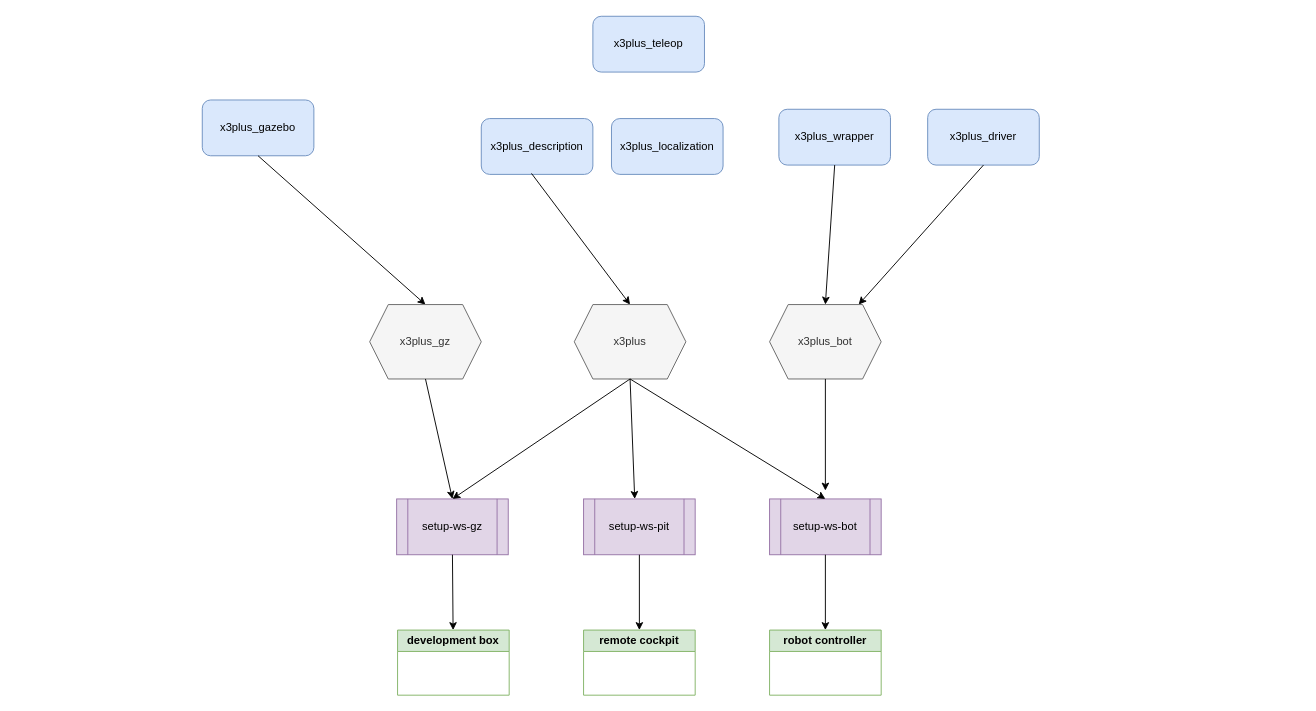
The draw.io diagram docu/overview.drawio in cord-burmeister/x3plus_setup, before the edit. Source tidied: cells renumbered, new cells numbered last; positions are measured from the earlier drawing's top-left corner, leaving out a move shared by most shapes. Both pictures are drawn from the tidied source at 93%, with x=0, y=0 at pixel (202, 16).
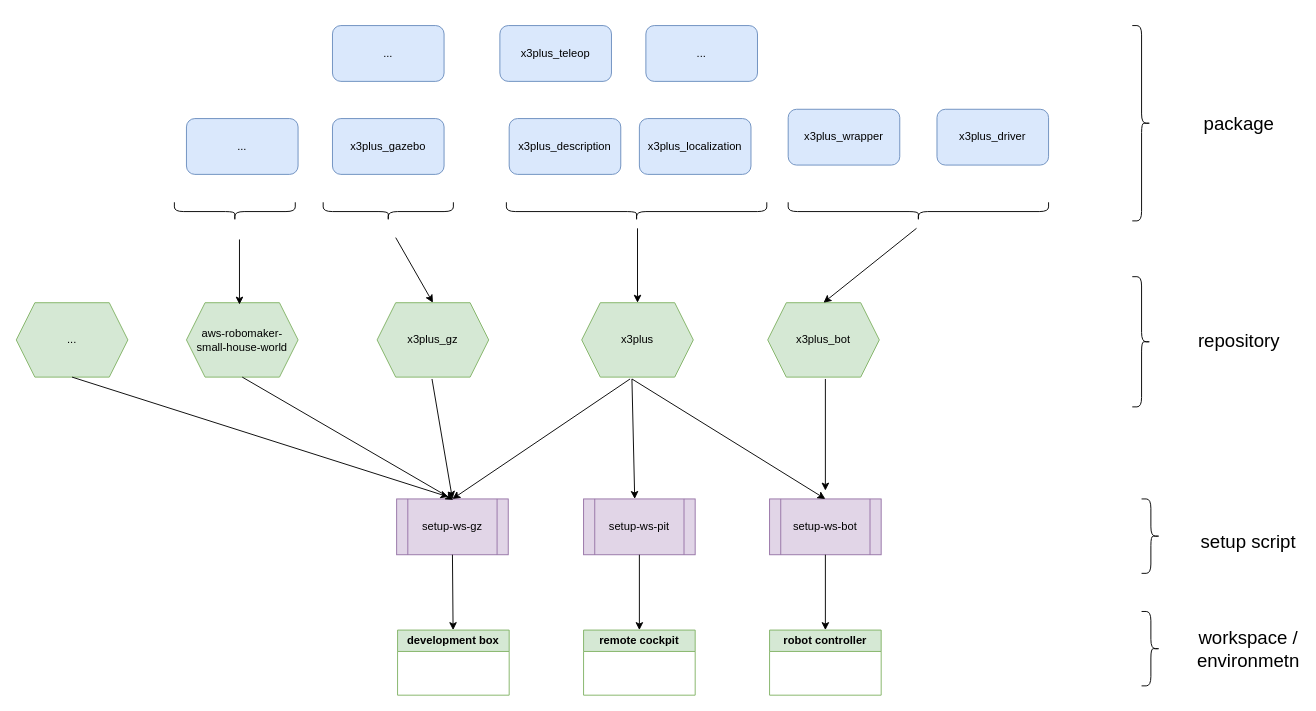
The same diagram, later.

Unchanged cells that the change refers to:
```xml
<mxCell id="4" value="setup-ws-bot" style="shape=process;whiteSpace=wrap;html=1;backgroundOutline=1;fillColor=#e1d5e7;strokeColor=#9673a6;" parent="1" vertex="1">
  <mxGeometry x="610" y="519" width="120" height="60" as="geometry" />
</mxCell>
<mxCell id="5" value="setup-ws-gz" style="shape=process;whiteSpace=wrap;html=1;backgroundOutline=1;fillColor=#e1d5e7;strokeColor=#9673a6;" parent="1" vertex="1">
  <mxGeometry x="209" y="519" width="120" height="60" as="geometry" />
</mxCell>
```

What changed in the source:
```diff
@@
     <mxCell id="2" value="x3plus_driver" style="rounded=1;whiteSpace=wrap;html=1;fillColor=#dae8fc;strokeColor=#6c8ebf;" parent="1" vertex="1">
-      <mxGeometry x="780" y="100" width="120" height="60" as="geometry" />
+      <mxGeometry x="790" y="100" width="120" height="60" as="geometry" />
     </mxCell>
     <mxCell id="3" value="x3plus_description" style="rounded=1;whiteSpace=wrap;html=1;fillColor=#dae8fc;strokeColor=#6c8ebf;" parent="1" vertex="1">
-      <mxGeometry x="300" y="110" width="120" height="60" as="geometry" />
+      <mxGeometry x="330" y="110" width="120" height="60" as="geometry" />
     </mxCell>
@@
-    <mxCell id="13" style="endArrow=classic;html=1;exitX=0.5;exitY=1;exitDx=0;exitDy=0;" parent="1" edge="1" source="2" target="19">
-      <mxGeometry relative="1" as="geometry" />
-    </mxCell>
-    <mxCell id="14" style="endArrow=classic;html=1;exitX=0.45;exitY=0.983;exitDx=0;exitDy=0;entryX=0.5;entryY=0;entryDx=0;entryDy=0;exitPerimeter=0;" parent="1" edge="1" source="3" target="21">
-      <mxGeometry relative="1" as="geometry" />
-    </mxCell>
     <mxCell id="15" value="x3plus_wrapper" style="rounded=1;whiteSpace=wrap;html=1;fillColor=#dae8fc;strokeColor=#6c8ebf;" parent="1" vertex="1">
-      <mxGeometry x="620" y="100" width="120" height="60" as="geometry" />
+      <mxGeometry x="630" y="100" width="120" height="60" as="geometry" />
     </mxCell>
     <mxCell id="16" value="x3plus_gazebo" style="rounded=1;whiteSpace=wrap;html=1;fillColor=#dae8fc;strokeColor=#6c8ebf;" parent="1" vertex="1">
-      <mxGeometry y="90" width="120" height="60" as="geometry" />
+      <mxGeometry x="140" y="110" width="120" height="60" as="geometry" />
     </mxCell>
-    <mxCell id="17" style="endArrow=classic;html=1;exitX=0.5;exitY=1;exitDx=0;exitDy=0;entryX=0.5;entryY=0;entryDx=0;entryDy=0;" parent="1" edge="1" source="15" target="19">
-      <mxGeometry relative="1" as="geometry" />
-    </mxCell>
-    <mxCell id="18" style="endArrow=classic;html=1;exitX=0.5;exitY=1;exitDx=0;exitDy=0;entryX=0.5;entryY=0;entryDx=0;entryDy=0;" parent="1" edge="1" source="16" target="20">
-      <mxGeometry relative="1" as="geometry" />
-    </mxCell>
-    <mxCell id="19" value="x3plus_bot" style="shape=hexagon;perimeter=hexagonPerimeter2;whiteSpace=wrap;html=1;fixedSize=1;fillColor=#f5f5f5;fontColor=#333333;strokeColor=#666666;" parent="1" vertex="1">
-      <mxGeometry x="610" y="310" width="120" height="80" as="geometry" />
-    </mxCell>
-    <mxCell id="20" value="x3plus_gz" style="shape=hexagon;perimeter=hexagonPerimeter2;whiteSpace=wrap;html=1;fixedSize=1;fillColor=#f5f5f5;fontColor=#333333;strokeColor=#666666;" parent="1" vertex="1">
-      <mxGeometry x="180" y="310" width="120" height="80" as="geometry" />
-    </mxCell>
-    <mxCell id="21" value="x3plus" style="shape=hexagon;perimeter=hexagonPerimeter2;whiteSpace=wrap;html=1;fixedSize=1;fillColor=#f5f5f5;fontColor=#333333;strokeColor=#666666;" parent="1" vertex="1">
-      <mxGeometry x="400" y="310" width="120" height="80" as="geometry" />
-    </mxCell>
-    <mxCell id="22" style="endArrow=classic;html=1;entryX=0.5;entryY=0;entryDx=0;entryDy=0;exitX=0.5;exitY=1;exitDx=0;exitDy=0;" parent="1" edge="1" source="21">
+    <mxCell id="22" style="endArrow=classic;html=1;entryX=0.5;entryY=0;entryDx=0;entryDy=0;exitX=0.5;exitY=1;exitDx=0;exitDy=0;" parent="1" edge="1">
       <mxGeometry relative="1" as="geometry">
+        <mxPoint x="462" y="390" as="sourcePoint" />
         <mxPoint x="465" y="519" as="targetPoint" />
       </mxGeometry>
     </mxCell>
-    <mxCell id="23" style="endArrow=classic;html=1;entryX=0.5;entryY=0;entryDx=0;entryDy=0;exitX=0.5;exitY=1;exitDx=0;exitDy=0;" parent="1" edge="1" source="21" target="4">
-      <mxGeometry relative="1" as="geometry" />
+    <mxCell id="23" style="endArrow=classic;html=1;entryX=0.5;entryY=0;entryDx=0;entryDy=0;exitX=0.5;exitY=1;exitDx=0;exitDy=0;" parent="1" edge="1" target="4">
+      <mxGeometry relative="1" as="geometry">
+        <mxPoint x="462" y="390" as="sourcePoint" />
+      </mxGeometry>
     </mxCell>
@@
-    <mxCell id="25" style="endArrow=classic;html=1;exitX=0.5;exitY=1;exitDx=0;exitDy=0;" parent="1" edge="1" source="19">
+    <mxCell id="25" style="endArrow=classic;html=1;exitX=0.5;exitY=1;exitDx=0;exitDy=0;" parent="1" edge="1">
       <mxGeometry relative="1" as="geometry">
+        <mxPoint x="670" y="390" as="sourcePoint" />
         <mxPoint x="670" y="510" as="targetPoint" />
       </mxGeometry>
     </mxCell>
-    <mxCell id="26" style="endArrow=classic;html=1;entryX=0.5;entryY=0;entryDx=0;entryDy=0;exitX=0.5;exitY=1;exitDx=0;exitDy=0;" parent="1" edge="1" source="20" target="5">
-      <mxGeometry relative="1" as="geometry" />
+    <mxCell id="26" style="endArrow=classic;html=1;entryX=0.5;entryY=0;entryDx=0;entryDy=0;exitX=0.5;exitY=1;exitDx=0;exitDy=0;" parent="1" edge="1" target="5">
+      <mxGeometry relative="1" as="geometry">
+        <mxPoint x="247" y="390" as="sourcePoint" />
+      </mxGeometry>
     </mxCell>
     <mxCell id="27" value="x3plus_localization" style="rounded=1;whiteSpace=wrap;html=1;fillColor=#dae8fc;strokeColor=#6c8ebf;" parent="1" vertex="1">
-      <mxGeometry x="440" y="110" width="120" height="60" as="geometry" />
+      <mxGeometry x="470" y="110" width="120" height="60" as="geometry" />
     </mxCell>
     <mxCell id="28" value="x3plus_teleop" style="rounded=1;whiteSpace=wrap;html=1;fillColor=#dae8fc;strokeColor=#6c8ebf;" parent="1" vertex="1">
-      <mxGeometry x="420" width="120" height="60" as="geometry" />
+      <mxGeometry x="320" y="10" width="120" height="60" as="geometry" />
     </mxCell>
+    <mxCell id="29" style="shape=curlyBracket;whiteSpace=wrap;html=1;rounded=1;flipH=1;labelPosition=right;verticalLabelPosition=middle;align=left;verticalAlign=middle;rotation=90;" parent="1" vertex="1">
+      <mxGeometry x="190" y="140" width="20" height="140" as="geometry" />
+    </mxCell>
+    <mxCell id="30" style="shape=curlyBracket;whiteSpace=wrap;html=1;rounded=1;flipH=1;labelPosition=right;verticalLabelPosition=middle;align=left;verticalAlign=middle;rotation=90;" parent="1" vertex="1">
+      <mxGeometry x="457" y="70" width="20" height="280" as="geometry" />
+    </mxCell>
+    <mxCell id="31" value="..." style="rounded=1;whiteSpace=wrap;html=1;fillColor=#dae8fc;strokeColor=#6c8ebf;" parent="1" vertex="1">
+      <mxGeometry x="477" y="10" width="120" height="60" as="geometry" />
+    </mxCell>
+    <mxCell id="32" style="shape=curlyBracket;whiteSpace=wrap;html=1;rounded=1;flipH=1;labelPosition=right;verticalLabelPosition=middle;align=left;verticalAlign=middle;rotation=90;" parent="1" vertex="1">
+      <mxGeometry x="760" y="70" width="20" height="280" as="geometry" />
+    </mxCell>
+    <mxCell id="33" style="endArrow=classic;html=1;entryX=0.5;entryY=0;entryDx=0;entryDy=0;" parent="1" edge="1" target="21">
+      <mxGeometry relative="1" as="geometry">
+        <mxPoint x="468" y="228" as="sourcePoint" />
+      </mxGeometry>
+    </mxCell>
+    <mxCell id="34" style="endArrow=classic;html=1;entryX=0.5;entryY=0;entryDx=0;entryDy=0;" parent="1" edge="1" target="20">
+      <mxGeometry relative="1" as="geometry">
+        <mxPoint x="208" y="238" as="sourcePoint" />
+      </mxGeometry>
+    </mxCell>
+    <mxCell id="19" value="x3plus_bot" style="shape=hexagon;perimeter=hexagonPerimeter2;whiteSpace=wrap;html=1;fixedSize=1;fillColor=#d5e8d4;strokeColor=#82b366;" parent="1" vertex="1">
+      <mxGeometry x="608" y="308" width="120" height="80" as="geometry" />
+    </mxCell>
+    <mxCell id="20" value="x3plus_gz" style="shape=hexagon;perimeter=hexagonPerimeter2;whiteSpace=wrap;html=1;fixedSize=1;fillColor=#d5e8d4;strokeColor=#82b366;" parent="1" vertex="1">
+      <mxGeometry x="188" y="308" width="120" height="80" as="geometry" />
+    </mxCell>
+    <mxCell id="21" value="x3plus" style="shape=hexagon;perimeter=hexagonPerimeter2;whiteSpace=wrap;html=1;fixedSize=1;fillColor=#d5e8d4;strokeColor=#82b366;" parent="1" vertex="1">
+      <mxGeometry x="408" y="308" width="120" height="80" as="geometry" />
+    </mxCell>
+    <mxCell id="35" style="endArrow=classic;html=1;entryX=0.5;entryY=0;entryDx=0;entryDy=0;" parent="1" edge="1" target="19">
+      <mxGeometry relative="1" as="geometry">
+        <mxPoint x="768" y="228" as="sourcePoint" />
+      </mxGeometry>
+    </mxCell>
+    <mxCell id="36" style="shape=curlyBracket;whiteSpace=wrap;html=1;rounded=1;flipH=1;labelPosition=right;verticalLabelPosition=middle;align=left;verticalAlign=middle;" parent="1" vertex="1">
+      <mxGeometry x="1010" y="640" width="20" height="80" as="geometry" />
+    </mxCell>
+    <mxCell id="37" style="shape=curlyBracket;whiteSpace=wrap;html=1;rounded=1;flipH=1;labelPosition=right;verticalLabelPosition=middle;align=left;verticalAlign=middle;" parent="1" vertex="1">
+      <mxGeometry x="1010" y="519" width="20" height="80" as="geometry" />
+    </mxCell>
+    <mxCell id="38" style="shape=curlyBracket;whiteSpace=wrap;html=1;rounded=1;flipH=1;labelPosition=right;verticalLabelPosition=middle;align=left;verticalAlign=middle;" parent="1" vertex="1">
+      <mxGeometry x="1000" y="280" width="20" height="140" as="geometry" />
+    </mxCell>
+    <mxCell id="39" style="shape=curlyBracket;whiteSpace=wrap;html=1;rounded=1;flipH=1;labelPosition=right;verticalLabelPosition=middle;align=left;verticalAlign=middle;" parent="1" vertex="1">
+      <mxGeometry x="1000" y="10" width="20" height="210" as="geometry" />
+    </mxCell>
+    <mxCell id="40" value="workspace / environmetn" style="text;html=1;align=center;verticalAlign=middle;whiteSpace=wrap;rounded=0;fontSize=20;" parent="1" vertex="1">
+      <mxGeometry x="1070" y="665" width="110" height="30" as="geometry" />
+    </mxCell>
+    <mxCell id="41" value="setup script" style="text;html=1;align=center;verticalAlign=middle;whiteSpace=wrap;rounded=0;fontSize=20;" parent="1" vertex="1">
+      <mxGeometry x="1070" y="549" width="110" height="30" as="geometry" />
+    </mxCell>
+    <mxCell id="42" value="repository" style="text;html=1;align=center;verticalAlign=middle;whiteSpace=wrap;rounded=0;fontSize=20;" parent="1" vertex="1">
+      <mxGeometry x="1060" y="333" width="110" height="30" as="geometry" />
+    </mxCell>
+    <mxCell id="43" value="package" style="text;html=1;align=center;verticalAlign=middle;whiteSpace=wrap;rounded=0;fontSize=20;" parent="1" vertex="1">
+      <mxGeometry x="1060" y="100" width="110" height="30" as="geometry" />
+    </mxCell>
+    <mxCell id="44" value="..." style="rounded=1;whiteSpace=wrap;html=1;fillColor=#dae8fc;strokeColor=#6c8ebf;" parent="1" vertex="1">
+      <mxGeometry x="140" y="10" width="120" height="60" as="geometry" />
+    </mxCell>
+    <mxCell id="45" value="aws-robomaker-small-house-world" style="shape=hexagon;perimeter=hexagonPerimeter2;whiteSpace=wrap;html=1;fixedSize=1;fillColor=#d5e8d4;strokeColor=#82b366;" parent="1" vertex="1">
+      <mxGeometry x="-17" y="308" width="120" height="80" as="geometry" />
+    </mxCell>
+    <mxCell id="46" style="endArrow=classic;html=1;exitX=0.5;exitY=1;exitDx=0;exitDy=0;" parent="1" edge="1" source="45">
+      <mxGeometry relative="1" as="geometry">
+        <mxPoint x="270" y="520" as="targetPoint" />
+      </mxGeometry>
+    </mxCell>
+    <mxCell id="47" value="..." style="shape=hexagon;perimeter=hexagonPerimeter2;whiteSpace=wrap;html=1;fixedSize=1;fillColor=#d5e8d4;strokeColor=#82b366;" parent="1" vertex="1">
+      <mxGeometry x="-200" y="308" width="120" height="80" as="geometry" />
+    </mxCell>
+    <mxCell id="48" style="endArrow=classic;html=1;exitX=0.5;exitY=1;exitDx=0;exitDy=0;entryX=0.464;entryY=-0.037;entryDx=0;entryDy=0;entryPerimeter=0;" parent="1" edge="1" source="47" target="5">
+      <mxGeometry relative="1" as="geometry" />
+    </mxCell>
+    <mxCell id="49" style="shape=curlyBracket;whiteSpace=wrap;html=1;rounded=1;flipH=1;labelPosition=right;verticalLabelPosition=middle;align=left;verticalAlign=middle;rotation=90;" parent="1" vertex="1">
+      <mxGeometry x="25" y="145" width="20" height="130" as="geometry" />
+    </mxCell>
+    <mxCell id="50" value="..." style="rounded=1;whiteSpace=wrap;html=1;fillColor=#dae8fc;strokeColor=#6c8ebf;" parent="1" vertex="1">
+      <mxGeometry x="-17" y="110" width="120" height="60" as="geometry" />
+    </mxCell>
+    <mxCell id="51" style="endArrow=classic;html=1;entryX=0.5;entryY=0;entryDx=0;entryDy=0;" parent="1" edge="1">
+      <mxGeometry relative="1" as="geometry">
+        <mxPoint x="40" y="240" as="sourcePoint" />
+        <mxPoint x="40" y="310" as="targetPoint" />
+      </mxGeometry>
+    </mxCell>
```
